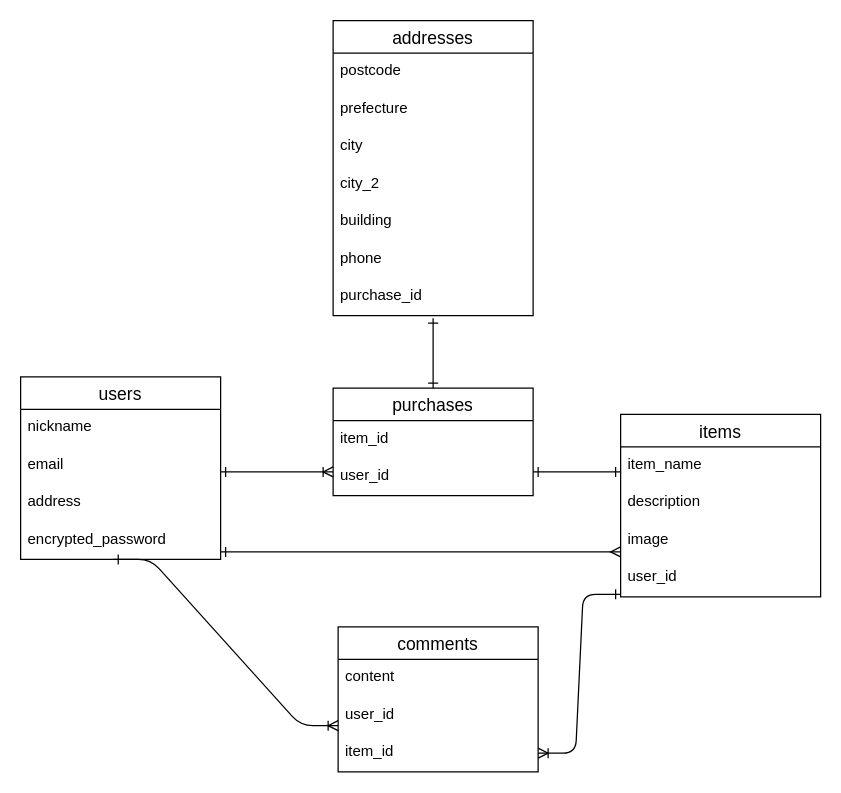
Earlier version of the draw.io diagram furima.dio (KayTsujita/furima-39062). Source tidied: cells renumbered, new cells numbered last; positions are measured from the earlier drawing's top-left corner, leaving out a move shared by most shapes. Both pictures are drawn from the tidied source at 125%, with x=0, y=0 at pixel (20, 20).
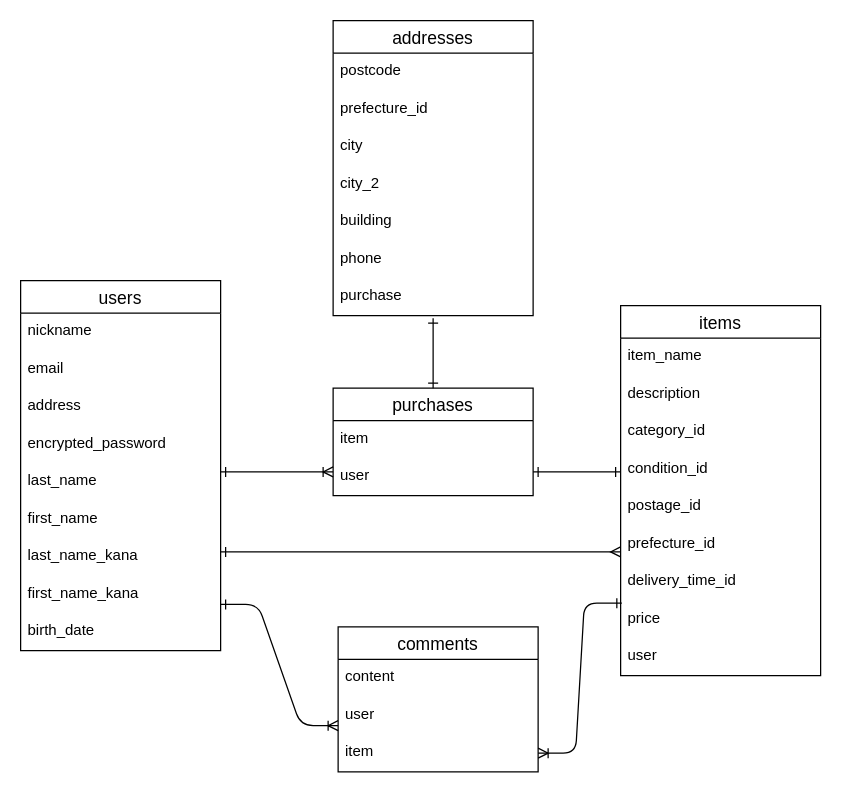
The same page after the edit.

The change refers to these unchanged cells:
```xml
<mxCell id="6" value="encrypted_password" style="text;strokeColor=none;fillColor=none;spacingLeft=4;spacingRight=4;overflow=hidden;points=[[0,0.5],[1,0.5]];portConstraint=eastwest;fontSize=12;" parent="2" vertex="1">
  <mxGeometry y="116" width="160" height="30" as="geometry" />
</mxCell>
<mxCell id="13" value="comments" style="swimlane;fontStyle=0;horizontal=1;startSize=26;align=center;fontSize=14;" parent="1" vertex="1">
  <mxGeometry x="254" y="485" width="160" height="116" as="geometry" />
</mxCell>
<mxCell id="19" value="purchases" style="swimlane;fontStyle=0;horizontal=1;startSize=26;align=center;fontSize=14;" parent="1" vertex="1">
  <mxGeometry x="250" y="294" width="160" height="86" as="geometry" />
</mxCell>
<mxCell id="24" value="addresses" style="swimlane;fontStyle=0;horizontal=1;startSize=26;align=center;fontSize=14;" parent="1" vertex="1">
  <mxGeometry x="250" width="160" height="236" as="geometry" />
</mxCell>
```

What changed in the source:
```diff
@@
     <mxCell id="2" value="users" style="swimlane;fontStyle=0;horizontal=1;startSize=26;align=center;fontSize=14;" parent="1" vertex="1">
-      <mxGeometry y="285" width="160" height="146" as="geometry" />
+      <mxGeometry y="208" width="160" height="296" as="geometry" />
     </mxCell>
@@
+    <mxCell id="33" value="last_name" style="text;strokeColor=none;fillColor=none;spacingLeft=4;spacingRight=4;overflow=hidden;fontSize=12;" parent="2" vertex="1">
+      <mxGeometry y="146" width="160" height="30" as="geometry" />
+    </mxCell>
+    <mxCell id="34" value="first_name" style="text;strokeColor=none;fillColor=none;spacingLeft=4;spacingRight=4;overflow=hidden;fontSize=12;" parent="2" vertex="1">
+      <mxGeometry y="176" width="160" height="30" as="geometry" />
+    </mxCell>
+    <mxCell id="35" value="last_name_kana" style="text;strokeColor=none;fillColor=none;spacingLeft=4;spacingRight=4;overflow=hidden;fontSize=12;" parent="2" vertex="1">
+      <mxGeometry y="206" width="160" height="30" as="geometry" />
+    </mxCell>
+    <mxCell id="36" value="first_name_kana" style="text;strokeColor=none;fillColor=none;spacingLeft=4;spacingRight=4;overflow=hidden;fontSize=12;" parent="2" vertex="1">
+      <mxGeometry y="236" width="160" height="30" as="geometry" />
+    </mxCell>
+    <mxCell id="37" value="birth_date" style="text;strokeColor=none;fillColor=none;spacingLeft=4;spacingRight=4;overflow=hidden;fontSize=12;" parent="2" vertex="1">
+      <mxGeometry y="266" width="160" height="30" as="geometry" />
+    </mxCell>
     <mxCell id="7" value="items" style="swimlane;fontStyle=0;horizontal=1;startSize=26;align=center;fontSize=14;" parent="1" vertex="1">
-      <mxGeometry x="480" y="315" width="160" height="146" as="geometry" />
+      <mxGeometry x="480" y="228" width="160" height="296" as="geometry" />
     </mxCell>
@@
-    <mxCell id="10" value="image" style="text;strokeColor=none;fillColor=none;spacingLeft=4;spacingRight=4;overflow=hidden;fontSize=12;" parent="7" vertex="1">
+    <mxCell id="10" value="category_id" style="text;strokeColor=none;fillColor=none;spacingLeft=4;spacingRight=4;overflow=hidden;fontSize=12;" parent="7" vertex="1">
       <mxGeometry y="86" width="160" height="30" as="geometry" />
     </mxCell>
-    <mxCell id="11" value="user_id" style="text;strokeColor=none;fillColor=none;spacingLeft=4;spacingRight=4;overflow=hidden;points=[[0,0.5],[1,0.5]];portConstraint=eastwest;fontSize=12;" parent="7" vertex="1">
+    <mxCell id="11" value="condition_id" style="text;strokeColor=none;fillColor=none;spacingLeft=4;spacingRight=4;overflow=hidden;points=[[0,0.5],[1,0.5]];portConstraint=eastwest;fontSize=12;" parent="7" vertex="1">
       <mxGeometry y="116" width="160" height="30" as="geometry" />
     </mxCell>
+    <mxCell id="38" value="postage_id" style="text;strokeColor=none;fillColor=none;spacingLeft=4;spacingRight=4;overflow=hidden;fontSize=12;" parent="7" vertex="1">
+      <mxGeometry y="146" width="160" height="30" as="geometry" />
+    </mxCell>
+    <mxCell id="39" value="prefecture_id" style="text;strokeColor=none;fillColor=none;spacingLeft=4;spacingRight=4;overflow=hidden;fontSize=12;" parent="7" vertex="1">
+      <mxGeometry y="176" width="160" height="30" as="geometry" />
+    </mxCell>
+    <mxCell id="40" value="delivery_time_id" style="text;strokeColor=none;fillColor=none;spacingLeft=4;spacingRight=4;overflow=hidden;points=[[0,0.5],[1,0.5]];portConstraint=eastwest;fontSize=12;" parent="7" vertex="1">
+      <mxGeometry y="206" width="160" height="30" as="geometry" />
+    </mxCell>
+    <mxCell id="41" value="price" style="text;strokeColor=none;fillColor=none;spacingLeft=4;spacingRight=4;overflow=hidden;fontSize=12;" parent="7" vertex="1">
+      <mxGeometry y="236" width="160" height="30" as="geometry" />
+    </mxCell>
+    <mxCell id="42" value="user" style="text;strokeColor=none;fillColor=none;spacingLeft=4;spacingRight=4;overflow=hidden;fontSize=12;" parent="7" vertex="1">
+      <mxGeometry y="266" width="160" height="30" as="geometry" />
+    </mxCell>
@@
-    <mxCell id="15" value="user_id" style="text;strokeColor=none;fillColor=none;spacingLeft=4;spacingRight=4;overflow=hidden;fontSize=12;" parent="13" vertex="1">
+    <mxCell id="15" value="user" style="text;strokeColor=none;fillColor=none;spacingLeft=4;spacingRight=4;overflow=hidden;fontSize=12;" parent="13" vertex="1">
       <mxGeometry y="56" width="160" height="30" as="geometry" />
     </mxCell>
-    <mxCell id="16" value="item_id" style="text;strokeColor=none;fillColor=none;spacingLeft=4;spacingRight=4;overflow=hidden;points=[[0,0.5],[1,0.5]];portConstraint=eastwest;fontSize=12;" parent="13" vertex="1">
+    <mxCell id="16" value="item" style="text;strokeColor=none;fillColor=none;spacingLeft=4;spacingRight=4;overflow=hidden;points=[[0,0.5],[1,0.5]];portConstraint=eastwest;fontSize=12;" parent="13" vertex="1">
       <mxGeometry y="86" width="160" height="30" as="geometry" />
     </mxCell>
-    <mxCell id="17" style="edgeStyle=entityRelationEdgeStyle;fontSize=12;html=1;endArrow=ERoneToMany;strokeWidth=1;entryX=0;entryY=0.5;entryDx=0;entryDy=0;exitX=0.463;exitY=1;exitDx=0;exitDy=0;exitPerimeter=0;startArrow=ERone;startFill=0;" parent="1" edge="1" source="6">
+    <mxCell id="17" style="edgeStyle=entityRelationEdgeStyle;fontSize=12;html=1;endArrow=ERoneToMany;strokeWidth=1;entryX=0;entryY=0.5;entryDx=0;entryDy=0;startArrow=ERone;startFill=0;" parent="1" edge="1">
       <mxGeometry relative="1" as="geometry">
+        <mxPoint x="160" y="467" as="sourcePoint" />
         <mxPoint x="254" y="564" as="targetPoint" />
       </mxGeometry>
     </mxCell>
-    <mxCell id="18" style="edgeStyle=entityRelationEdgeStyle;fontSize=12;html=1;endArrow=ERoneToMany;strokeWidth=1;exitX=0;exitY=0.933;exitDx=0;exitDy=0;exitPerimeter=0;entryX=1;entryY=0.5;entryDx=0;entryDy=0;startArrow=ERone;startFill=0;" parent="1" edge="1" source="11" target="16">
+    <mxCell id="18" style="edgeStyle=entityRelationEdgeStyle;fontSize=12;html=1;endArrow=ERoneToMany;strokeWidth=1;exitX=0.006;exitY=1.067;exitDx=0;exitDy=0;exitPerimeter=0;entryX=1;entryY=0.5;entryDx=0;entryDy=0;startArrow=ERone;startFill=0;" parent="1" edge="1" source="40" target="16">
       <mxGeometry relative="1" as="geometry" />
     </mxCell>
@@
-    <mxCell id="20" value="item_id" style="text;strokeColor=none;fillColor=none;spacingLeft=4;spacingRight=4;overflow=hidden;fontSize=12;" parent="19" vertex="1">
+    <mxCell id="20" value="item" style="text;strokeColor=none;fillColor=none;spacingLeft=4;spacingRight=4;overflow=hidden;fontSize=12;" parent="19" vertex="1">
       <mxGeometry y="26" width="160" height="30" as="geometry" />
     </mxCell>
-    <mxCell id="21" value="user_id" style="text;strokeColor=none;fillColor=none;spacingLeft=4;spacingRight=4;overflow=hidden;fontSize=12;" parent="19" vertex="1">
+    <mxCell id="21" value="user" style="text;strokeColor=none;fillColor=none;spacingLeft=4;spacingRight=4;overflow=hidden;fontSize=12;" parent="19" vertex="1">
       <mxGeometry y="56" width="160" height="30" as="geometry" />
     </mxCell>
@@
-    <mxCell id="26" value="prefecture" style="text;strokeColor=none;fillColor=none;spacingLeft=4;spacingRight=4;overflow=hidden;fontSize=12;" parent="24" vertex="1">
+    <mxCell id="26" value="prefecture_id" style="text;strokeColor=none;fillColor=none;spacingLeft=4;spacingRight=4;overflow=hidden;fontSize=12;" parent="24" vertex="1">
       <mxGeometry y="56" width="160" height="30" as="geometry" />
     </mxCell>
@@
-    <mxCell id="31" value="purchase_id" style="text;strokeColor=none;fillColor=none;spacingLeft=4;spacingRight=4;overflow=hidden;fontSize=12;" parent="24" vertex="1">
+    <mxCell id="31" value="purchase" style="text;strokeColor=none;fillColor=none;spacingLeft=4;spacingRight=4;overflow=hidden;fontSize=12;" parent="24" vertex="1">
       <mxGeometry y="206" width="160" height="30" as="geometry" />
     </mxCell>
```
